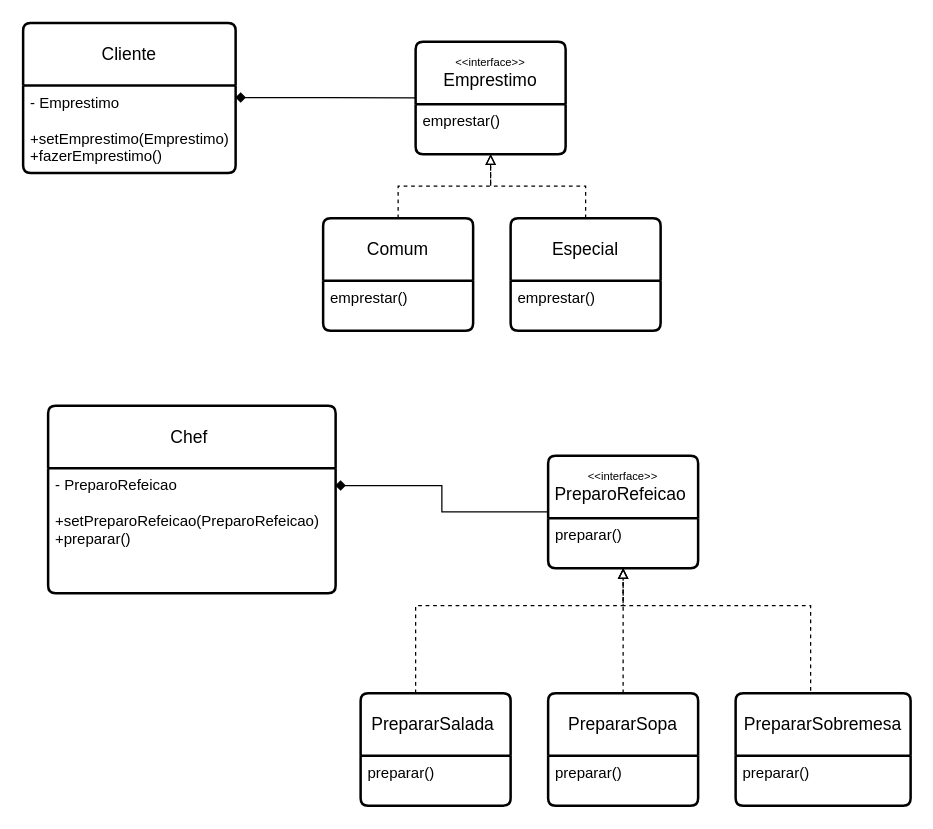
Before: Padrões de Projeto/Strategy/Strategy.drawio in BeatrizBonatto/Bertoti, a draw.io diagram. Source tidied: cells renumbered, new cells numbered last; positions are measured from the earlier drawing's top-left corner, leaving out a move shared by most shapes. Both pictures are drawn from the tidied source at 125%, with x=0, y=0 at pixel (22, 22).
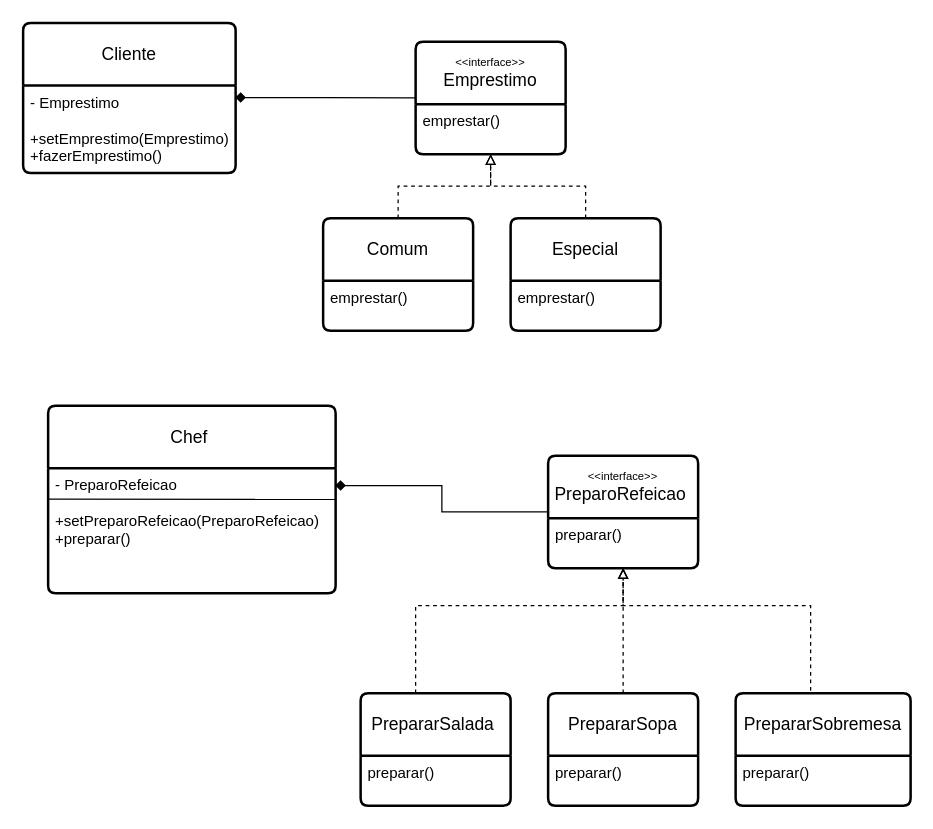
The same page after the edit.

Unchanged cells that the change refers to:
```xml
<mxCell id="13" value="Chef&amp;nbsp;" style="swimlane;horizontal=1;startSize=50;rounded=1;fontSize=14;fontStyle=0;strokeWidth=2;shadow=0;dashed=0;align=center;arcSize=4;whiteSpace=wrap;html=1;" parent="1" vertex="1">
  <mxGeometry x="20" y="306" width="230" height="150" as="geometry" />
</mxCell>
<mxCell id="14" value="- PreparoRefeicao&lt;div&gt;&lt;br&gt;&lt;/div&gt;&lt;div&gt;&lt;div&gt;+setPreparoRefeicao(PreparoRefeicao)&lt;/div&gt;&lt;div&gt;+preparar()&lt;/div&gt;&lt;/div&gt;" style="align=left;strokeColor=none;fillColor=none;spacingLeft=4;fontSize=12;verticalAlign=top;html=1;" parent="13" vertex="1">
  <mxGeometry y="50" width="230" height="100" as="geometry" />
</mxCell>
```

Diff of the diagram source:
```diff
@@
+    <mxCell id="27" style="endArrow=none;html=1;rounded=0;entryX=1;entryY=0.25;entryDx=0;entryDy=0;exitX=0;exitY=0.5;exitDx=0;exitDy=0;" parent="13" edge="1" target="14">
+      <mxGeometry relative="1" as="geometry">
+        <mxPoint y="74.7" as="sourcePoint" />
+      </mxGeometry>
+    </mxCell>
```
